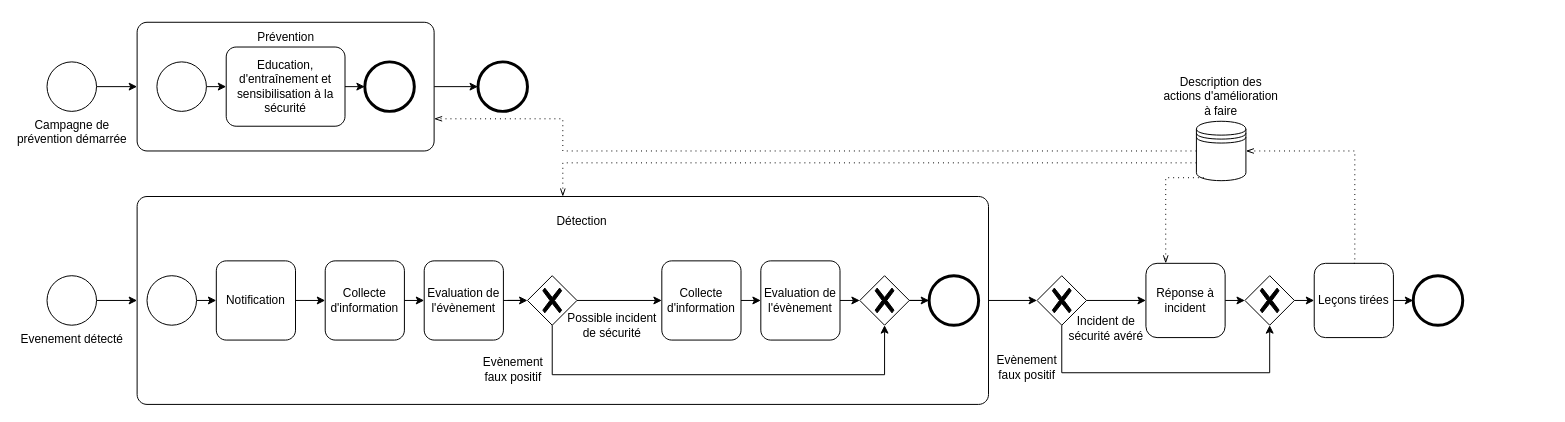
Above: standards/ISO27035.drawio in netmme/cyber-diagramme-d-activites (draw.io), before the change. Source tidied: cells renumbered, new cells numbered last; positions are measured from the earlier drawing's top-left corner, leaving out a move shared by most shapes. Both pictures are drawn from the tidied source at 99%, with x=0, y=0 at pixel (47, 22).
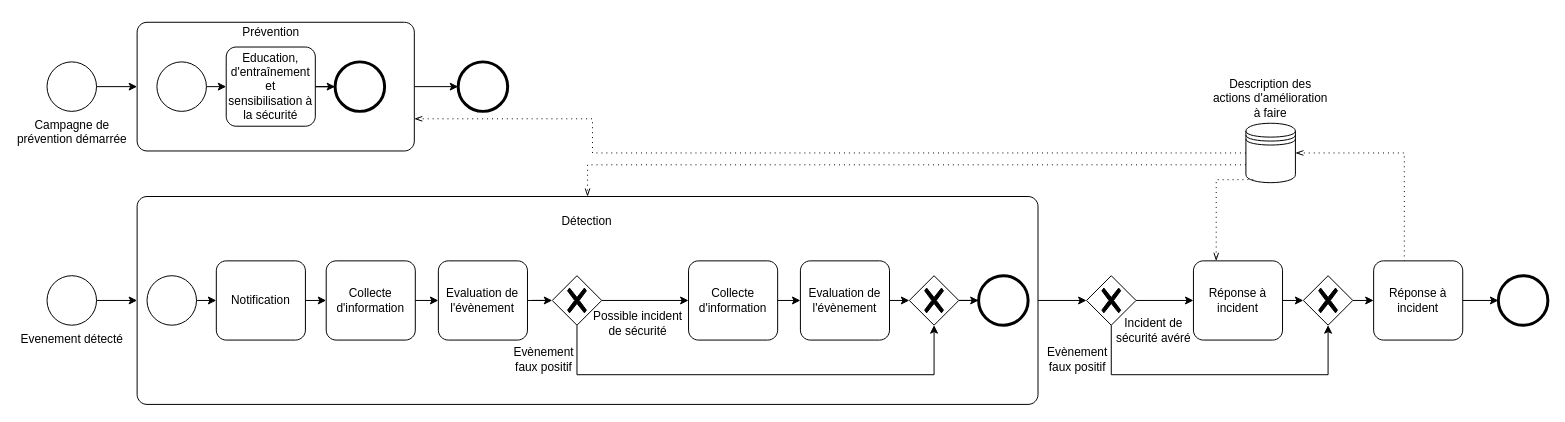
The same page after the edit.

The edit, as a diff of the source:
```diff
@@
     <mxCell id="3" style="points=[[0.25,0,0],[0.5,0,0],[0.75,0,0],[1,0.25,0],[1,0.5,0],[1,0.75,0],[0.75,1,0],[0.5,1,0],[0.25,1,0],[0,0.75,0],[0,0.5,0],[0,0.25,0]];shape=mxgraph.bpmn.task;whiteSpace=wrap;rectStyle=rounded;size=10;html=1;taskMarker=abstract;" parent="1" vertex="1">
-      <mxGeometry x="91" width="300" height="130" as="geometry" />
+      <mxGeometry x="91" width="280" height="130" as="geometry" />
     </mxCell>
-    <mxCell id="4" value="&lt;div&gt;Prévention&lt;/div&gt;" style="text;html=1;strokeColor=none;fillColor=none;align=center;verticalAlign=middle;whiteSpace=wrap;rounded=0;" parent="3" vertex="1">
-      <mxGeometry x="112.5" width="75" height="30" as="geometry" />
-    </mxCell>
-    <mxCell id="5" style="edgeStyle=orthogonalEdgeStyle;rounded=0;orthogonalLoop=1;jettySize=auto;html=1;exitX=1;exitY=0.5;exitDx=0;exitDy=0;exitPerimeter=0;entryX=0;entryY=0.5;entryDx=0;entryDy=0;entryPerimeter=0;" parent="3" edge="1">
-      <mxGeometry relative="1" as="geometry">
-        <mxPoint x="51.1" y="70" as="targetPoint" />
-      </mxGeometry>
-    </mxCell>
-    <mxCell id="6" style="edgeStyle=orthogonalEdgeStyle;rounded=0;orthogonalLoop=1;jettySize=auto;html=1;exitX=1;exitY=0.5;exitDx=0;exitDy=0;exitPerimeter=0;" parent="3" edge="1">
-      <mxGeometry relative="1" as="geometry">
-        <mxPoint x="140.4" y="70" as="targetPoint" />
-      </mxGeometry>
-    </mxCell>
-    <mxCell id="7" style="points=[[0.145,0.145,0],[0.5,0,0],[0.855,0.145,0],[1,0.5,0],[0.855,0.855,0],[0.5,1,0],[0.145,0.855,0],[0,0.5,0]];shape=mxgraph.bpmn.event;html=1;verticalLabelPosition=bottom;labelBackgroundColor=#ffffff;verticalAlign=top;align=center;perimeter=ellipsePerimeter;outlineConnect=0;outline=end;symbol=terminate2;" parent="3" vertex="1">
-      <mxGeometry x="230" y="40" width="50" height="50" as="geometry" />
-    </mxCell>
-    <mxCell id="8" style="edgeStyle=orthogonalEdgeStyle;rounded=0;jettySize=auto;html=1;exitX=1;exitY=0.5;exitDx=0;exitDy=0;exitPerimeter=0;entryX=0;entryY=0.5;entryDx=0;entryDy=0;entryPerimeter=0;" parent="3" edge="1" source="9" target="7">
-      <mxGeometry relative="1" as="geometry" />
-    </mxCell>
-    <mxCell id="9" value="Education, d'entraînement et sensibilisation à la sécurité" style="points=[[0.25,0,0],[0.5,0,0],[0.75,0,0],[1,0.25,0],[1,0.5,0],[1,0.75,0],[0.75,1,0],[0.5,1,0],[0.25,1,0],[0,0.75,0],[0,0.5,0],[0,0.25,0]];shape=mxgraph.bpmn.task;whiteSpace=wrap;rectStyle=rounded;size=10;html=1;taskMarker=abstract;" parent="3" vertex="1">
-      <mxGeometry x="90" y="25" width="120" height="80" as="geometry" />
-    </mxCell>
-    <mxCell id="10" style="edgeStyle=orthogonalEdgeStyle;rounded=0;jettySize=auto;html=1;exitX=1;exitY=0.5;exitDx=0;exitDy=0;exitPerimeter=0;entryX=0;entryY=0.5;entryDx=0;entryDy=0;entryPerimeter=0;" parent="3" edge="1" source="11" target="9">
-      <mxGeometry relative="1" as="geometry" />
-    </mxCell>
-    <mxCell id="11" style="points=[[0.145,0.145,0],[0.5,0,0],[0.855,0.145,0],[1,0.5,0],[0.855,0.855,0],[0.5,1,0],[0.145,0.855,0],[0,0.5,0]];shape=mxgraph.bpmn.event;html=1;verticalLabelPosition=bottom;labelBackgroundColor=#ffffff;verticalAlign=top;align=center;perimeter=ellipsePerimeter;outlineConnect=0;outline=standard;symbol=general;" parent="3" vertex="1">
-      <mxGeometry x="20" y="40" width="50" height="50" as="geometry" />
-    </mxCell>
@@
     <mxCell id="13" style="points=[[0.25,0,0],[0.5,0,0],[0.75,0,0],[1,0.25,0],[1,0.5,0],[1,0.75,0],[0.75,1,0],[0.5,1,0],[0.25,1,0],[0,0.75,0],[0,0.5,0],[0,0.25,0]];shape=mxgraph.bpmn.task;whiteSpace=wrap;rectStyle=rounded;size=10;html=1;taskMarker=abstract;" parent="1" vertex="1">
-      <mxGeometry x="91" y="176" width="860" height="210" as="geometry" />
+      <mxGeometry x="91" y="176" width="910" height="210" as="geometry" />
     </mxCell>
@@
-    <mxCell id="16" style="edgeStyle=orthogonalEdgeStyle;rounded=0;jettySize=auto;html=1;exitX=1;exitY=0.5;exitDx=0;exitDy=0;exitPerimeter=0;entryX=0;entryY=0.5;entryDx=0;entryDy=0;entryPerimeter=0;" parent="1" edge="1" source="31" target="18">
-      <mxGeometry relative="1" as="geometry" />
-    </mxCell>
@@
     <mxCell id="18" style="points=[[0.25,0.25,0],[0.5,0,0],[0.75,0.25,0],[1,0.5,0],[0.75,0.75,0],[0.5,1,0],[0.25,0.75,0],[0,0.5,0]];shape=mxgraph.bpmn.gateway2;html=1;verticalLabelPosition=bottom;labelBackgroundColor=#ffffff;verticalAlign=top;align=center;perimeter=rhombusPerimeter;outlineConnect=0;outline=none;symbol=none;gwType=exclusive;" parent="1" vertex="1">
-      <mxGeometry x="821" y="256" width="50" height="50" as="geometry" />
+      <mxGeometry x="871" y="256" width="50" height="50" as="geometry" />
     </mxCell>
-    <mxCell id="19" style="edgeStyle=orthogonalEdgeStyle;rounded=0;jettySize=auto;html=1;exitX=1;exitY=0.5;exitDx=0;exitDy=0;entryX=0;entryY=0.5;entryDx=0;entryDy=0;entryPerimeter=0;" parent="1" edge="1" source="20" target="26">
-      <mxGeometry relative="1" as="geometry" />
-    </mxCell>
-    <mxCell id="20" value="Leçons tirées" style="rounded=1;whiteSpace=wrap;html=1;" parent="1" vertex="1">
-      <mxGeometry x="1280" y="243.5" width="80" height="75" as="geometry" />
-    </mxCell>
-    <mxCell id="21" style="edgeStyle=orthogonalEdgeStyle;rounded=0;jettySize=auto;html=1;exitX=1;exitY=0.5;exitDx=0;exitDy=0;entryX=0;entryY=0.5;entryDx=0;entryDy=0;entryPerimeter=0;" parent="1" edge="1" source="22" target="23">
-      <mxGeometry relative="1" as="geometry" />
-    </mxCell>
-    <mxCell id="22" value="Réponse à incident" style="rounded=1;whiteSpace=wrap;html=1;" parent="1" vertex="1">
-      <mxGeometry x="1110" y="243.5" width="80" height="75" as="geometry" />
-    </mxCell>
+    <mxCell id="58" style="edgeStyle=orthogonalEdgeStyle;rounded=0;jettySize=auto;html=1;exitX=1;exitY=0.5;exitDx=0;exitDy=0;exitPerimeter=0;entryX=0;entryY=0.5;entryDx=0;entryDy=0;entryPerimeter=0;" parent="1" edge="1" source="23" target="63">
+      <mxGeometry relative="1" as="geometry" />
+    </mxCell>
     <mxCell id="23" style="points=[[0.25,0.25,0],[0.5,0,0],[0.75,0.25,0],[1,0.5,0],[0.75,0.75,0],[0.5,1,0],[0.25,0.75,0],[0,0.5,0]];shape=mxgraph.bpmn.gateway2;html=1;verticalLabelPosition=bottom;labelBackgroundColor=#ffffff;verticalAlign=top;align=center;perimeter=rhombusPerimeter;outlineConnect=0;outline=none;symbol=none;gwType=exclusive;" parent="1" vertex="1">
-      <mxGeometry x="1210" y="256" width="50" height="50" as="geometry" />
+      <mxGeometry x="1269" y="256" width="50" height="50" as="geometry" />
     </mxCell>
-    <mxCell id="24" style="edgeStyle=orthogonalEdgeStyle;rounded=0;jettySize=auto;html=1;exitX=1;exitY=0.5;exitDx=0;exitDy=0;exitPerimeter=0;entryX=0;entryY=0.5;entryDx=0;entryDy=0;" parent="1" edge="1" source="23" target="20">
-      <mxGeometry relative="1" as="geometry" />
-    </mxCell>
     <mxCell id="25" style="edgeStyle=orthogonalEdgeStyle;rounded=0;jettySize=auto;html=1;exitX=0.5;exitY=1;exitDx=0;exitDy=0;exitPerimeter=0;entryX=0.5;entryY=1;entryDx=0;entryDy=0;entryPerimeter=0;" parent="1" edge="1" source="34" target="18">
       <mxGeometry relative="1" as="geometry">
         <Array as="points">
-          <mxPoint x="510" y="356" />
-          <mxPoint x="846" y="356" />
+          <mxPoint x="535" y="356" />
+          <mxPoint x="896" y="356" />
         </Array>
       </mxGeometry>
     </mxCell>
     <mxCell id="26" style="points=[[0.145,0.145,0],[0.5,0,0],[0.855,0.145,0],[1,0.5,0],[0.855,0.855,0],[0.5,1,0],[0.145,0.855,0],[0,0.5,0]];shape=mxgraph.bpmn.event;html=1;verticalLabelPosition=bottom;labelBackgroundColor=#ffffff;verticalAlign=top;align=center;perimeter=ellipsePerimeter;outlineConnect=0;outline=end;symbol=terminate2;" parent="1" vertex="1">
-      <mxGeometry x="1380" y="256" width="50" height="50" as="geometry" />
+      <mxGeometry x="1466" y="256" width="50" height="50" as="geometry" />
     </mxCell>
@@
     <mxCell id="29" style="points=[[0.145,0.145,0],[0.5,0,0],[0.855,0.145,0],[1,0.5,0],[0.855,0.855,0],[0.5,1,0],[0.145,0.855,0],[0,0.5,0]];shape=mxgraph.bpmn.event;html=1;verticalLabelPosition=bottom;labelBackgroundColor=#ffffff;verticalAlign=top;align=center;perimeter=ellipsePerimeter;outlineConnect=0;outline=end;symbol=terminate2;" parent="1" vertex="1">
-      <mxGeometry x="435.3" y="40" width="50" height="50" as="geometry" />
+      <mxGeometry x="415.3" y="40" width="50" height="50" as="geometry" />
     </mxCell>
     <mxCell id="30" value="Détection" style="text;html=1;strokeColor=none;fillColor=none;align=center;verticalAlign=middle;whiteSpace=wrap;rounded=0;" parent="1" vertex="1">
-      <mxGeometry x="510.3" y="186" width="61.4" height="30" as="geometry" />
+      <mxGeometry x="515.3" y="186" width="61.4" height="30" as="geometry" />
     </mxCell>
+    <mxCell id="16" style="edgeStyle=orthogonalEdgeStyle;rounded=0;jettySize=auto;html=1;exitX=1;exitY=0.5;exitDx=0;exitDy=0;exitPerimeter=0;entryX=0;entryY=0.5;entryDx=0;entryDy=0;entryPerimeter=0;" parent="1" edge="1" source="31" target="18">
+      <mxGeometry relative="1" as="geometry" />
+    </mxCell>
     <mxCell id="31" value="Evaluation de l'évènement" style="points=[[0.25,0,0],[0.5,0,0],[0.75,0,0],[1,0.25,0],[1,0.5,0],[1,0.75,0],[0.75,1,0],[0.5,1,0],[0.25,1,0],[0,0.75,0],[0,0.5,0],[0,0.25,0]];shape=mxgraph.bpmn.task;whiteSpace=wrap;rectStyle=rounded;size=10;html=1;taskMarker=abstract;" parent="1" vertex="1">
-      <mxGeometry x="721" y="241" width="80" height="80" as="geometry" />
+      <mxGeometry x="761" y="241" width="90" height="80" as="geometry" />
     </mxCell>
+    <mxCell id="33" style="edgeStyle=orthogonalEdgeStyle;rounded=0;jettySize=auto;html=1;exitX=1;exitY=0.5;exitDx=0;exitDy=0;exitPerimeter=0;entryX=0;entryY=0.5;entryDx=0;entryDy=0;entryPerimeter=0;" parent="1" edge="1" source="32" target="31">
+      <mxGeometry relative="1" as="geometry" />
+    </mxCell>
     <mxCell id="32" value="Collecte d'information" style="points=[[0.25,0,0],[0.5,0,0],[0.75,0,0],[1,0.25,0],[1,0.5,0],[1,0.75,0],[0.75,1,0],[0.5,1,0],[0.25,1,0],[0,0.75,0],[0,0.5,0],[0,0.25,0]];shape=mxgraph.bpmn.task;whiteSpace=wrap;rectStyle=rounded;size=10;html=1;taskMarker=abstract;" parent="1" vertex="1">
-      <mxGeometry x="621" y="241" width="80" height="80" as="geometry" />
+      <mxGeometry x="648" y="241" width="90" height="80" as="geometry" />
     </mxCell>
-    <mxCell id="33" style="edgeStyle=orthogonalEdgeStyle;rounded=0;jettySize=auto;html=1;exitX=1;exitY=0.5;exitDx=0;exitDy=0;exitPerimeter=0;entryX=0;entryY=0.5;entryDx=0;entryDy=0;entryPerimeter=0;" parent="1" edge="1" source="32" target="31">
-      <mxGeometry relative="1" as="geometry" />
-    </mxCell>
     <mxCell id="34" style="points=[[0.25,0.25,0],[0.5,0,0],[0.75,0.25,0],[1,0.5,0],[0.75,0.75,0],[0.5,1,0],[0.25,0.75,0],[0,0.5,0]];shape=mxgraph.bpmn.gateway2;html=1;verticalLabelPosition=bottom;labelBackgroundColor=#ffffff;verticalAlign=top;align=center;perimeter=rhombusPerimeter;outlineConnect=0;outline=none;symbol=none;gwType=exclusive;" parent="1" vertex="1">
-      <mxGeometry x="485.3" y="256" width="50" height="50" as="geometry" />
+      <mxGeometry x="510.3" y="256" width="50" height="50" as="geometry" />
     </mxCell>
@@
     <mxCell id="36" value="&lt;div&gt;Possible incident de sécurité&lt;/div&gt;" style="text;html=1;strokeColor=none;fillColor=none;align=center;verticalAlign=middle;whiteSpace=wrap;rounded=0;" parent="1" vertex="1">
-      <mxGeometry x="521" y="291" width="100" height="30" as="geometry" />
+      <mxGeometry x="547" y="289" width="100" height="30" as="geometry" />
     </mxCell>
     <mxCell id="37" value="Evaluation de l'évènement" style="points=[[0.25,0,0],[0.5,0,0],[0.75,0,0],[1,0.25,0],[1,0.5,0],[1,0.75,0],[0.75,1,0],[0.5,1,0],[0.25,1,0],[0,0.75,0],[0,0.5,0],[0,0.25,0]];shape=mxgraph.bpmn.task;whiteSpace=wrap;rectStyle=rounded;size=10;html=1;taskMarker=abstract;" parent="1" vertex="1">
-      <mxGeometry x="381" y="241" width="80" height="80" as="geometry" />
+      <mxGeometry x="395.3" y="241" width="90" height="80" as="geometry" />
     </mxCell>
@@
     <mxCell id="39" value="Collecte d'information" style="points=[[0.25,0,0],[0.5,0,0],[0.75,0,0],[1,0.25,0],[1,0.5,0],[1,0.75,0],[0.75,1,0],[0.5,1,0],[0.25,1,0],[0,0.75,0],[0,0.5,0],[0,0.25,0]];shape=mxgraph.bpmn.task;whiteSpace=wrap;rectStyle=rounded;size=10;html=1;taskMarker=abstract;" parent="1" vertex="1">
-      <mxGeometry x="281" y="241" width="80" height="80" as="geometry" />
+      <mxGeometry x="282" y="241" width="90" height="80" as="geometry" />
     </mxCell>
@@
     <mxCell id="41" value="Notification" style="points=[[0.25,0,0],[0.5,0,0],[0.75,0,0],[1,0.25,0],[1,0.5,0],[1,0.75,0],[0.75,1,0],[0.5,1,0],[0.25,1,0],[0,0.75,0],[0,0.5,0],[0,0.25,0]];shape=mxgraph.bpmn.task;whiteSpace=wrap;rectStyle=rounded;size=10;html=1;taskMarker=abstract;" parent="1" vertex="1">
-      <mxGeometry x="171" y="241" width="80" height="80" as="geometry" />
+      <mxGeometry x="171" y="241" width="90" height="80" as="geometry" />
     </mxCell>
@@
     <mxCell id="45" value="Evènement faux positif" style="text;html=1;strokeColor=none;fillColor=none;align=center;verticalAlign=middle;whiteSpace=wrap;rounded=0;" parent="1" vertex="1">
-      <mxGeometry x="441" y="336" width="60" height="30" as="geometry" />
+      <mxGeometry x="472" y="326" width="60" height="30" as="geometry" />
     </mxCell>
     <mxCell id="46" value="Evènement faux positif" style="text;html=1;strokeColor=none;fillColor=none;align=center;verticalAlign=middle;whiteSpace=wrap;rounded=0;" parent="1" vertex="1">
-      <mxGeometry x="960" y="334" width="60" height="30" as="geometry" />
+      <mxGeometry x="1011" y="326" width="60" height="30" as="geometry" />
     </mxCell>
     <mxCell id="47" value="Incident de sécurité avéré" style="text;html=1;strokeColor=none;fillColor=none;align=center;verticalAlign=middle;whiteSpace=wrap;rounded=0;" parent="1" vertex="1">
-      <mxGeometry x="1030" y="293.5" width="80" height="30" as="geometry" />
+      <mxGeometry x="1078" y="295.5" width="80" height="30" as="geometry" />
     </mxCell>
     <mxCell id="48" style="points=[[0.145,0.145,0],[0.5,0,0],[0.855,0.145,0],[1,0.5,0],[0.855,0.855,0],[0.5,1,0],[0.145,0.855,0],[0,0.5,0]];shape=mxgraph.bpmn.event;html=1;verticalLabelPosition=bottom;labelBackgroundColor=#ffffff;verticalAlign=top;align=center;perimeter=ellipsePerimeter;outlineConnect=0;outline=end;symbol=terminate2;" parent="1" vertex="1">
-      <mxGeometry x="891" y="256" width="50" height="50" as="geometry" />
+      <mxGeometry x="941" y="256" width="50" height="50" as="geometry" />
     </mxCell>
-    <mxCell id="49" style="edgeStyle=orthogonalEdgeStyle;rounded=0;jettySize=auto;html=1;exitX=1;exitY=0.5;exitDx=0;exitDy=0;exitPerimeter=0;entryX=0;entryY=0.5;entryDx=0;entryDy=0;" parent="1" edge="1" source="51" target="22">
-      <mxGeometry relative="1" as="geometry" />
-    </mxCell>
     <mxCell id="50" style="edgeStyle=orthogonalEdgeStyle;rounded=0;jettySize=auto;html=1;exitX=0.5;exitY=1;exitDx=0;exitDy=0;exitPerimeter=0;entryX=0.5;entryY=1;entryDx=0;entryDy=0;entryPerimeter=0;" parent="1" edge="1" source="51" target="23">
       <mxGeometry relative="1" as="geometry">
         <Array as="points">
-          <mxPoint x="1025" y="354" />
-          <mxPoint x="1235" y="354" />
+          <mxPoint x="1075" y="356" />
+          <mxPoint x="1294" y="356" />
         </Array>
       </mxGeometry>
     </mxCell>
+    <mxCell id="59" style="edgeStyle=orthogonalEdgeStyle;rounded=0;jettySize=auto;html=1;exitX=1;exitY=0.5;exitDx=0;exitDy=0;exitPerimeter=0;entryX=0;entryY=0.5;entryDx=0;entryDy=0;entryPerimeter=0;" parent="1" edge="1" source="51" target="61">
+      <mxGeometry relative="1" as="geometry" />
+    </mxCell>
     <mxCell id="51" style="points=[[0.25,0.25,0],[0.5,0,0],[0.75,0.25,0],[1,0.5,0],[0.75,0.75,0],[0.5,1,0],[0.25,0.75,0],[0,0.5,0]];shape=mxgraph.bpmn.gateway2;html=1;verticalLabelPosition=bottom;labelBackgroundColor=#ffffff;verticalAlign=top;align=center;perimeter=rhombusPerimeter;outlineConnect=0;outline=none;symbol=none;gwType=exclusive;" parent="1" vertex="1">
-      <mxGeometry x="1000" y="256" width="50" height="50" as="geometry" />
+      <mxGeometry x="1050" y="256" width="50" height="50" as="geometry" />
     </mxCell>
     <mxCell id="52" style="shape=datastore;html=1;labelPosition=center;verticalLabelPosition=bottom;align=center;verticalAlign=top;" parent="1" vertex="1">
-      <mxGeometry x="1161" y="100" width="50" height="60" as="geometry" />
+      <mxGeometry x="1211" y="102" width="50" height="60" as="geometry" />
     </mxCell>
-    <mxCell id="53" style="edgeStyle=elbowEdgeStyle;fontSize=12;html=1;endFill=0;startFill=0;endSize=6;startSize=6;dashed=1;dashPattern=1 4;endArrow=openThin;startArrow=none;rounded=0;exitX=0.5;exitY=0;exitDx=0;exitDy=0;entryX=1;entryY=0.5;entryDx=0;entryDy=0;" parent="1" edge="1" source="20" target="52">
+    <mxCell id="53" style="edgeStyle=elbowEdgeStyle;fontSize=12;html=1;endFill=0;startFill=0;endSize=6;startSize=6;dashed=1;dashPattern=1 4;endArrow=openThin;startArrow=none;rounded=0;exitX=0.5;exitY=0;exitDx=0;exitDy=0;entryX=1;entryY=0.5;entryDx=0;entryDy=0;" parent="1" edge="1" target="52">
       <mxGeometry relative="1" as="geometry">
+        <mxPoint x="1370" y="245.5" as="sourcePoint" />
         <Array as="points">
-          <mxPoint x="1321" y="190" />
+          <mxPoint x="1371" y="192" />
         </Array>
       </mxGeometry>
     </mxCell>
     <mxCell id="54" style="edgeStyle=elbowEdgeStyle;fontSize=12;html=1;endFill=0;startFill=0;endSize=6;startSize=6;dashed=1;dashPattern=1 4;endArrow=openThin;startArrow=none;rounded=0;entryX=1;entryY=0.75;entryDx=0;entryDy=0;entryPerimeter=0;exitX=0;exitY=0.5;exitDx=0;exitDy=0;" parent="1" edge="1" source="52" target="3">
       <mxGeometry relative="1" as="geometry">
         <Array as="points">
-          <mxPoint x="521" y="130" />
+          <mxPoint x="551" y="120" />
+          <mxPoint x="551" y="120" />
         </Array>
       </mxGeometry>
     </mxCell>
     <mxCell id="55" style="edgeStyle=elbowEdgeStyle;fontSize=12;html=1;endFill=0;startFill=0;endSize=6;startSize=6;dashed=1;dashPattern=1 4;endArrow=openThin;startArrow=none;rounded=0;exitX=0;exitY=0.7;exitDx=0;exitDy=0;entryX=0.5;entryY=0;entryDx=0;entryDy=0;entryPerimeter=0;" parent="1" edge="1" source="52" target="13">
       <mxGeometry relative="1" as="geometry">
         <Array as="points">
-          <mxPoint x="521" y="170" />
+          <mxPoint x="546" y="160" />
         </Array>
       </mxGeometry>
     </mxCell>
-    <mxCell id="56" style="edgeStyle=elbowEdgeStyle;fontSize=12;html=1;endFill=0;startFill=0;endSize=6;startSize=6;dashed=1;dashPattern=1 4;endArrow=openThin;startArrow=none;rounded=0;exitX=0.15;exitY=0.95;exitDx=0;exitDy=0;entryX=0.25;entryY=0;entryDx=0;entryDy=0;exitPerimeter=0;" parent="1" edge="1" source="52" target="22">
+    <mxCell id="56" style="edgeStyle=elbowEdgeStyle;fontSize=12;html=1;endFill=0;startFill=0;endSize=6;startSize=6;dashed=1;dashPattern=1 4;endArrow=openThin;startArrow=none;rounded=0;exitX=0.15;exitY=0.95;exitDx=0;exitDy=0;entryX=0.25;entryY=0;entryDx=0;entryDy=0;exitPerimeter=0;entryPerimeter=0;" parent="1" edge="1" source="52" target="61">
       <mxGeometry relative="1" as="geometry">
         <Array as="points">
-          <mxPoint x="1130" y="210" />
-          <mxPoint x="1151" y="200" />
+          <mxPoint x="1181" y="190" />
+          <mxPoint x="1181" y="200" />
+          <mxPoint x="1201" y="202" />
         </Array>
       </mxGeometry>
     </mxCell>
     <mxCell id="57" value="Description des actions d'amélioration à faire" style="text;html=1;strokeColor=none;fillColor=none;align=center;verticalAlign=middle;whiteSpace=wrap;rounded=0;" parent="1" vertex="1">
-      <mxGeometry x="1123.2" y="50" width="125.5" height="50" as="geometry" />
+      <mxGeometry x="1173.2" y="52" width="125.5" height="50" as="geometry" />
     </mxCell>
+    <mxCell id="60" style="edgeStyle=orthogonalEdgeStyle;rounded=0;jettySize=auto;html=1;exitX=1;exitY=0.5;exitDx=0;exitDy=0;exitPerimeter=0;entryX=0;entryY=0.5;entryDx=0;entryDy=0;entryPerimeter=0;" parent="1" edge="1" source="61" target="23">
+      <mxGeometry relative="1" as="geometry" />
+    </mxCell>
+    <mxCell id="61" value="Réponse à incident" style="points=[[0.25,0,0],[0.5,0,0],[0.75,0,0],[1,0.25,0],[1,0.5,0],[1,0.75,0],[0.75,1,0],[0.5,1,0],[0.25,1,0],[0,0.75,0],[0,0.5,0],[0,0.25,0]];shape=mxgraph.bpmn.task;whiteSpace=wrap;rectStyle=rounded;size=10;html=1;taskMarker=abstract;" parent="1" vertex="1">
+      <mxGeometry x="1158" y="241" width="90" height="80" as="geometry" />
+    </mxCell>
+    <mxCell id="62" style="edgeStyle=orthogonalEdgeStyle;rounded=0;jettySize=auto;html=1;exitX=1;exitY=0.5;exitDx=0;exitDy=0;exitPerimeter=0;entryX=0;entryY=0.5;entryDx=0;entryDy=0;entryPerimeter=0;" parent="1" edge="1" source="63" target="26">
+      <mxGeometry relative="1" as="geometry" />
+    </mxCell>
+    <mxCell id="63" value="Réponse à incident" style="points=[[0.25,0,0],[0.5,0,0],[0.75,0,0],[1,0.25,0],[1,0.5,0],[1,0.75,0],[0.75,1,0],[0.5,1,0],[0.25,1,0],[0,0.75,0],[0,0.5,0],[0,0.25,0]];shape=mxgraph.bpmn.task;whiteSpace=wrap;rectStyle=rounded;size=10;html=1;taskMarker=abstract;" parent="1" vertex="1">
+      <mxGeometry x="1340" y="241" width="90" height="80" as="geometry" />
+    </mxCell>
+    <mxCell id="4" value="&lt;div&gt;Prévention&lt;/div&gt;" style="text;html=1;strokeColor=none;fillColor=none;align=center;verticalAlign=middle;whiteSpace=wrap;rounded=0;" parent="1" vertex="1">
+      <mxGeometry x="188.5" y="-5" width="75" height="30" as="geometry" />
+    </mxCell>
+    <mxCell id="5" style="edgeStyle=orthogonalEdgeStyle;rounded=0;orthogonalLoop=1;jettySize=auto;html=1;exitX=1;exitY=0.5;exitDx=0;exitDy=0;exitPerimeter=0;entryX=0;entryY=0.5;entryDx=0;entryDy=0;entryPerimeter=0;" parent="1" edge="1">
+      <mxGeometry relative="1" as="geometry">
+        <mxPoint x="142.1" y="70" as="targetPoint" />
+      </mxGeometry>
+    </mxCell>
+    <mxCell id="6" style="edgeStyle=orthogonalEdgeStyle;rounded=0;orthogonalLoop=1;jettySize=auto;html=1;exitX=1;exitY=0.5;exitDx=0;exitDy=0;exitPerimeter=0;" parent="1" edge="1">
+      <mxGeometry relative="1" as="geometry">
+        <mxPoint x="231.4" y="70" as="targetPoint" />
+      </mxGeometry>
+    </mxCell>
+    <mxCell id="7" style="points=[[0.145,0.145,0],[0.5,0,0],[0.855,0.145,0],[1,0.5,0],[0.855,0.855,0],[0.5,1,0],[0.145,0.855,0],[0,0.5,0]];shape=mxgraph.bpmn.event;html=1;verticalLabelPosition=bottom;labelBackgroundColor=#ffffff;verticalAlign=top;align=center;perimeter=ellipsePerimeter;outlineConnect=0;outline=end;symbol=terminate2;" parent="1" vertex="1">
+      <mxGeometry x="291" y="40" width="50" height="50" as="geometry" />
+    </mxCell>
+    <mxCell id="8" style="edgeStyle=orthogonalEdgeStyle;rounded=0;jettySize=auto;html=1;entryX=0;entryY=0.5;entryDx=0;entryDy=0;entryPerimeter=0;" parent="1" edge="1" source="9" target="7">
+      <mxGeometry relative="1" as="geometry" />
+    </mxCell>
+    <mxCell id="10" style="edgeStyle=orthogonalEdgeStyle;rounded=0;jettySize=auto;html=1;exitX=1;exitY=0.5;exitDx=0;exitDy=0;exitPerimeter=0;entryX=0;entryY=0.5;entryDx=0;entryDy=0;entryPerimeter=0;" parent="1" edge="1" source="11">
+      <mxGeometry relative="1" as="geometry">
+        <mxPoint x="181" y="65" as="targetPoint" />
+      </mxGeometry>
+    </mxCell>
+    <mxCell id="11" style="points=[[0.145,0.145,0],[0.5,0,0],[0.855,0.145,0],[1,0.5,0],[0.855,0.855,0],[0.5,1,0],[0.145,0.855,0],[0,0.5,0]];shape=mxgraph.bpmn.event;html=1;verticalLabelPosition=bottom;labelBackgroundColor=#ffffff;verticalAlign=top;align=center;perimeter=ellipsePerimeter;outlineConnect=0;outline=standard;symbol=general;" parent="1" vertex="1">
+      <mxGeometry x="111" y="40" width="50" height="50" as="geometry" />
+    </mxCell>
+    <mxCell id="9" value="Education, d'entraînement et sensibilisation à la sécurité" style="points=[[0.25,0,0],[0.5,0,0],[0.75,0,0],[1,0.25,0],[1,0.5,0],[1,0.75,0],[0.75,1,0],[0.5,1,0],[0.25,1,0],[0,0.75,0],[0,0.5,0],[0,0.25,0]];shape=mxgraph.bpmn.task;whiteSpace=wrap;rectStyle=rounded;size=10;html=1;taskMarker=abstract;" parent="1" vertex="1">
+      <mxGeometry x="181" y="25" width="90" height="80" as="geometry" />
+    </mxCell>
```
